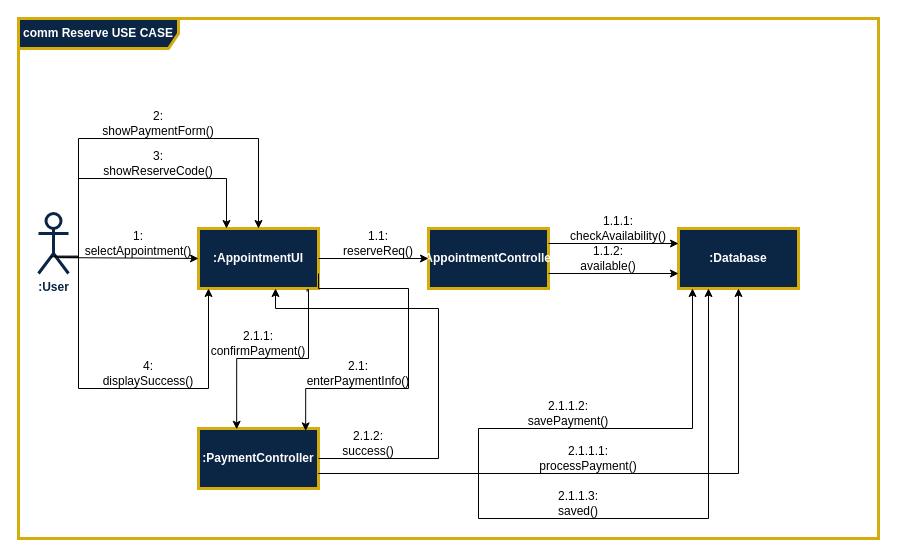
This is page "Reserve" (4 of 8) of Documentation/Analysis/Modeling/Behavioral Models/Communication Diagram.drawio from TnT74K/Project-SAD, a draw.io file, before an edit. Source tidied: cells renumbered, new cells numbered last; positions are measured from the earlier drawing's top-left corner, leaving out a move shared by most shapes. Both pictures are drawn from the tidied source at 100%, with x=0, y=0 at pixel (18, 18).
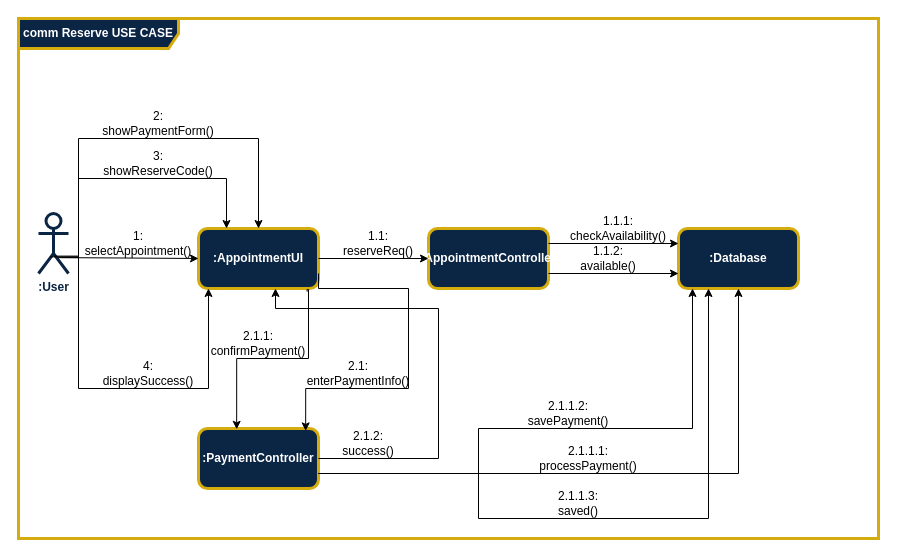
The same page after the edit.

The change refers to these unchanged cells:
```xml
<mxCell id="2" value="comm Reserve USE CASE" style="shape=umlFrame;whiteSpace=wrap;html=1;width=160;strokeColor=light-dark(#D4AC0D,#D4AC0D);strokeWidth=3;align=center;verticalAlign=middle;fontFamily=zain;fontSize=12;fontColor=light-dark(#FFFFFF,#FFFFFF);fontStyle=1;labelBackgroundColor=none;fillColor=light-dark(#0B2545,#0B2545);" parent="1" vertex="1">
  <mxGeometry width="860" height="520" as="geometry" />
</mxCell>
```

What changed in the source:
```diff
@@
-    <mxCell id="4" value=":AppointmentUI" style="rounded=0;whiteSpace=wrap;html=1;strokeColor=light-dark(#D4AC0D,#D4AC0D);strokeWidth=3;align=center;verticalAlign=middle;fontFamily=zain;fontSize=12;fontColor=light-dark(#FFFFFF,#FFFFFF);fontStyle=1;labelBackgroundColor=none;fillColor=light-dark(#0B2545,#0B2545);" parent="2" vertex="1">
+    <mxCell id="4" value=":AppointmentUI" style="rounded=1;whiteSpace=wrap;html=1;strokeColor=light-dark(#D4AC0D,#D4AC0D);strokeWidth=3;align=center;verticalAlign=middle;fontFamily=zain;fontSize=12;fontColor=light-dark(#FFFFFF,#FFFFFF);fontStyle=1;labelBackgroundColor=none;fillColor=light-dark(#0B2545,#0B2545);" parent="2" vertex="1">
       <mxGeometry x="180" y="210" width="120" height="60" as="geometry" />
     </mxCell>
-    <mxCell id="5" value=":AppointmentController" style="rounded=0;whiteSpace=wrap;html=1;strokeColor=light-dark(#D4AC0D,#D4AC0D);strokeWidth=3;align=center;verticalAlign=middle;fontFamily=zain;fontSize=12;fontColor=light-dark(#FFFFFF,#FFFFFF);fontStyle=1;labelBackgroundColor=none;fillColor=light-dark(#0B2545,#0B2545);" parent="2" vertex="1">
+    <mxCell id="5" value=":AppointmentController" style="rounded=1;whiteSpace=wrap;html=1;strokeColor=light-dark(#D4AC0D,#D4AC0D);strokeWidth=3;align=center;verticalAlign=middle;fontFamily=zain;fontSize=12;fontColor=light-dark(#FFFFFF,#FFFFFF);fontStyle=1;labelBackgroundColor=none;fillColor=light-dark(#0B2545,#0B2545);" parent="2" vertex="1">
       <mxGeometry x="410" y="210" width="120" height="60" as="geometry" />
     </mxCell>
-    <mxCell id="6" value=":Database" style="rounded=0;whiteSpace=wrap;html=1;strokeColor=light-dark(#D4AC0D,#D4AC0D);strokeWidth=3;align=center;verticalAlign=middle;fontFamily=zain;fontSize=12;fontColor=light-dark(#FFFFFF,#FFFFFF);fontStyle=1;labelBackgroundColor=none;fillColor=light-dark(#0B2545,#0B2545);" parent="2" vertex="1">
+    <mxCell id="6" value=":Database" style="rounded=1;whiteSpace=wrap;html=1;strokeColor=light-dark(#D4AC0D,#D4AC0D);strokeWidth=3;align=center;verticalAlign=middle;fontFamily=zain;fontSize=12;fontColor=light-dark(#FFFFFF,#FFFFFF);fontStyle=1;labelBackgroundColor=none;fillColor=light-dark(#0B2545,#0B2545);" parent="2" vertex="1">
       <mxGeometry x="660" y="210" width="120" height="60" as="geometry" />
     </mxCell>
-    <mxCell id="7" value=":PaymentController" style="rounded=0;whiteSpace=wrap;html=1;strokeColor=light-dark(#D4AC0D,#D4AC0D);strokeWidth=3;align=center;verticalAlign=middle;fontFamily=zain;fontSize=12;fontColor=light-dark(#FFFFFF,#FFFFFF);fontStyle=1;labelBackgroundColor=none;fillColor=light-dark(#0B2545,#0B2545);" parent="2" vertex="1">
+    <mxCell id="7" value=":PaymentController" style="rounded=1;whiteSpace=wrap;html=1;strokeColor=light-dark(#D4AC0D,#D4AC0D);strokeWidth=3;align=center;verticalAlign=middle;fontFamily=zain;fontSize=12;fontColor=light-dark(#FFFFFF,#FFFFFF);fontStyle=1;labelBackgroundColor=none;fillColor=light-dark(#0B2545,#0B2545);" parent="2" vertex="1">
       <mxGeometry x="180" y="410" width="120" height="60" as="geometry" />
     </mxCell>
```
